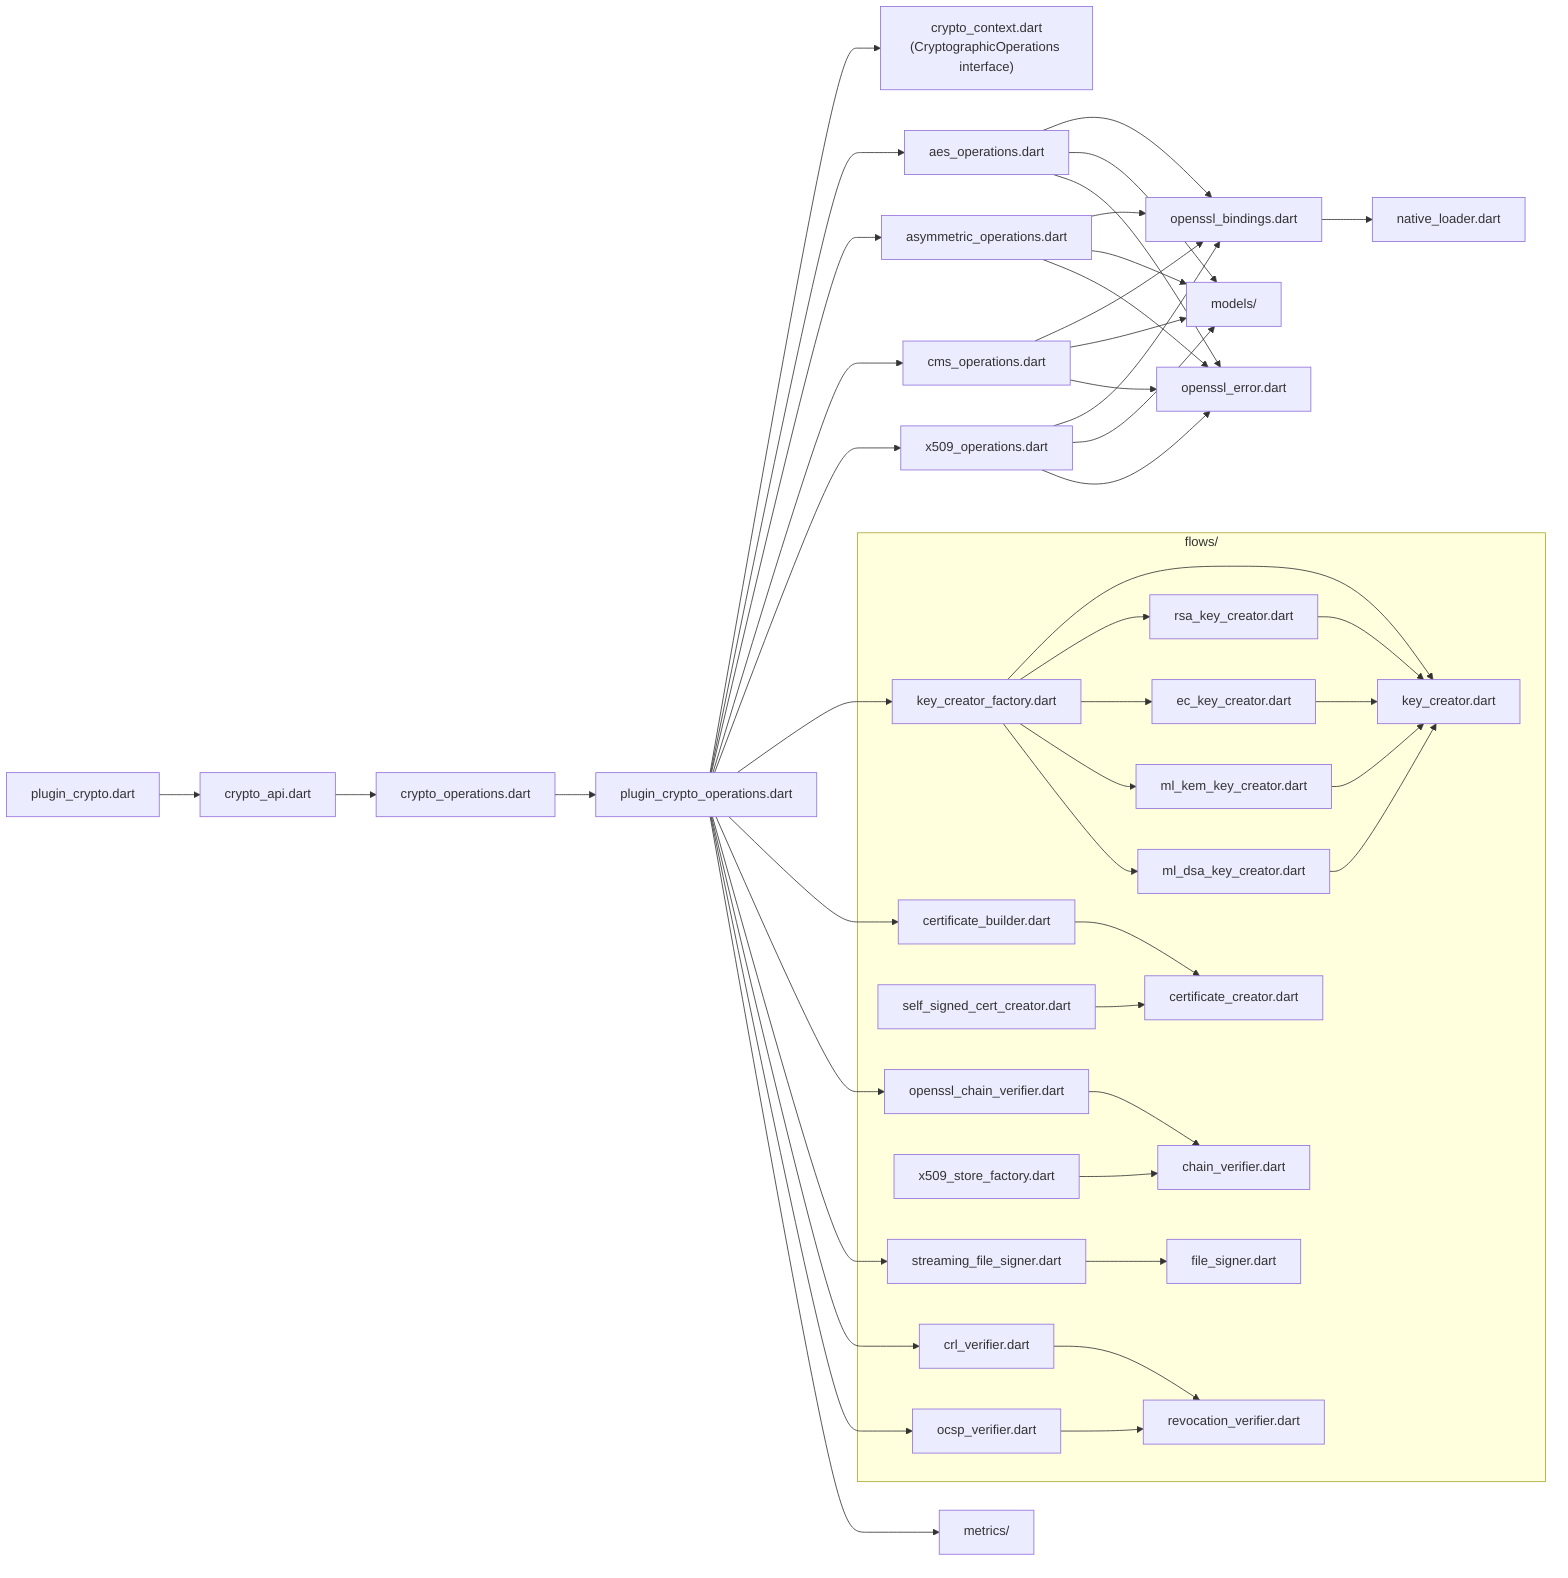
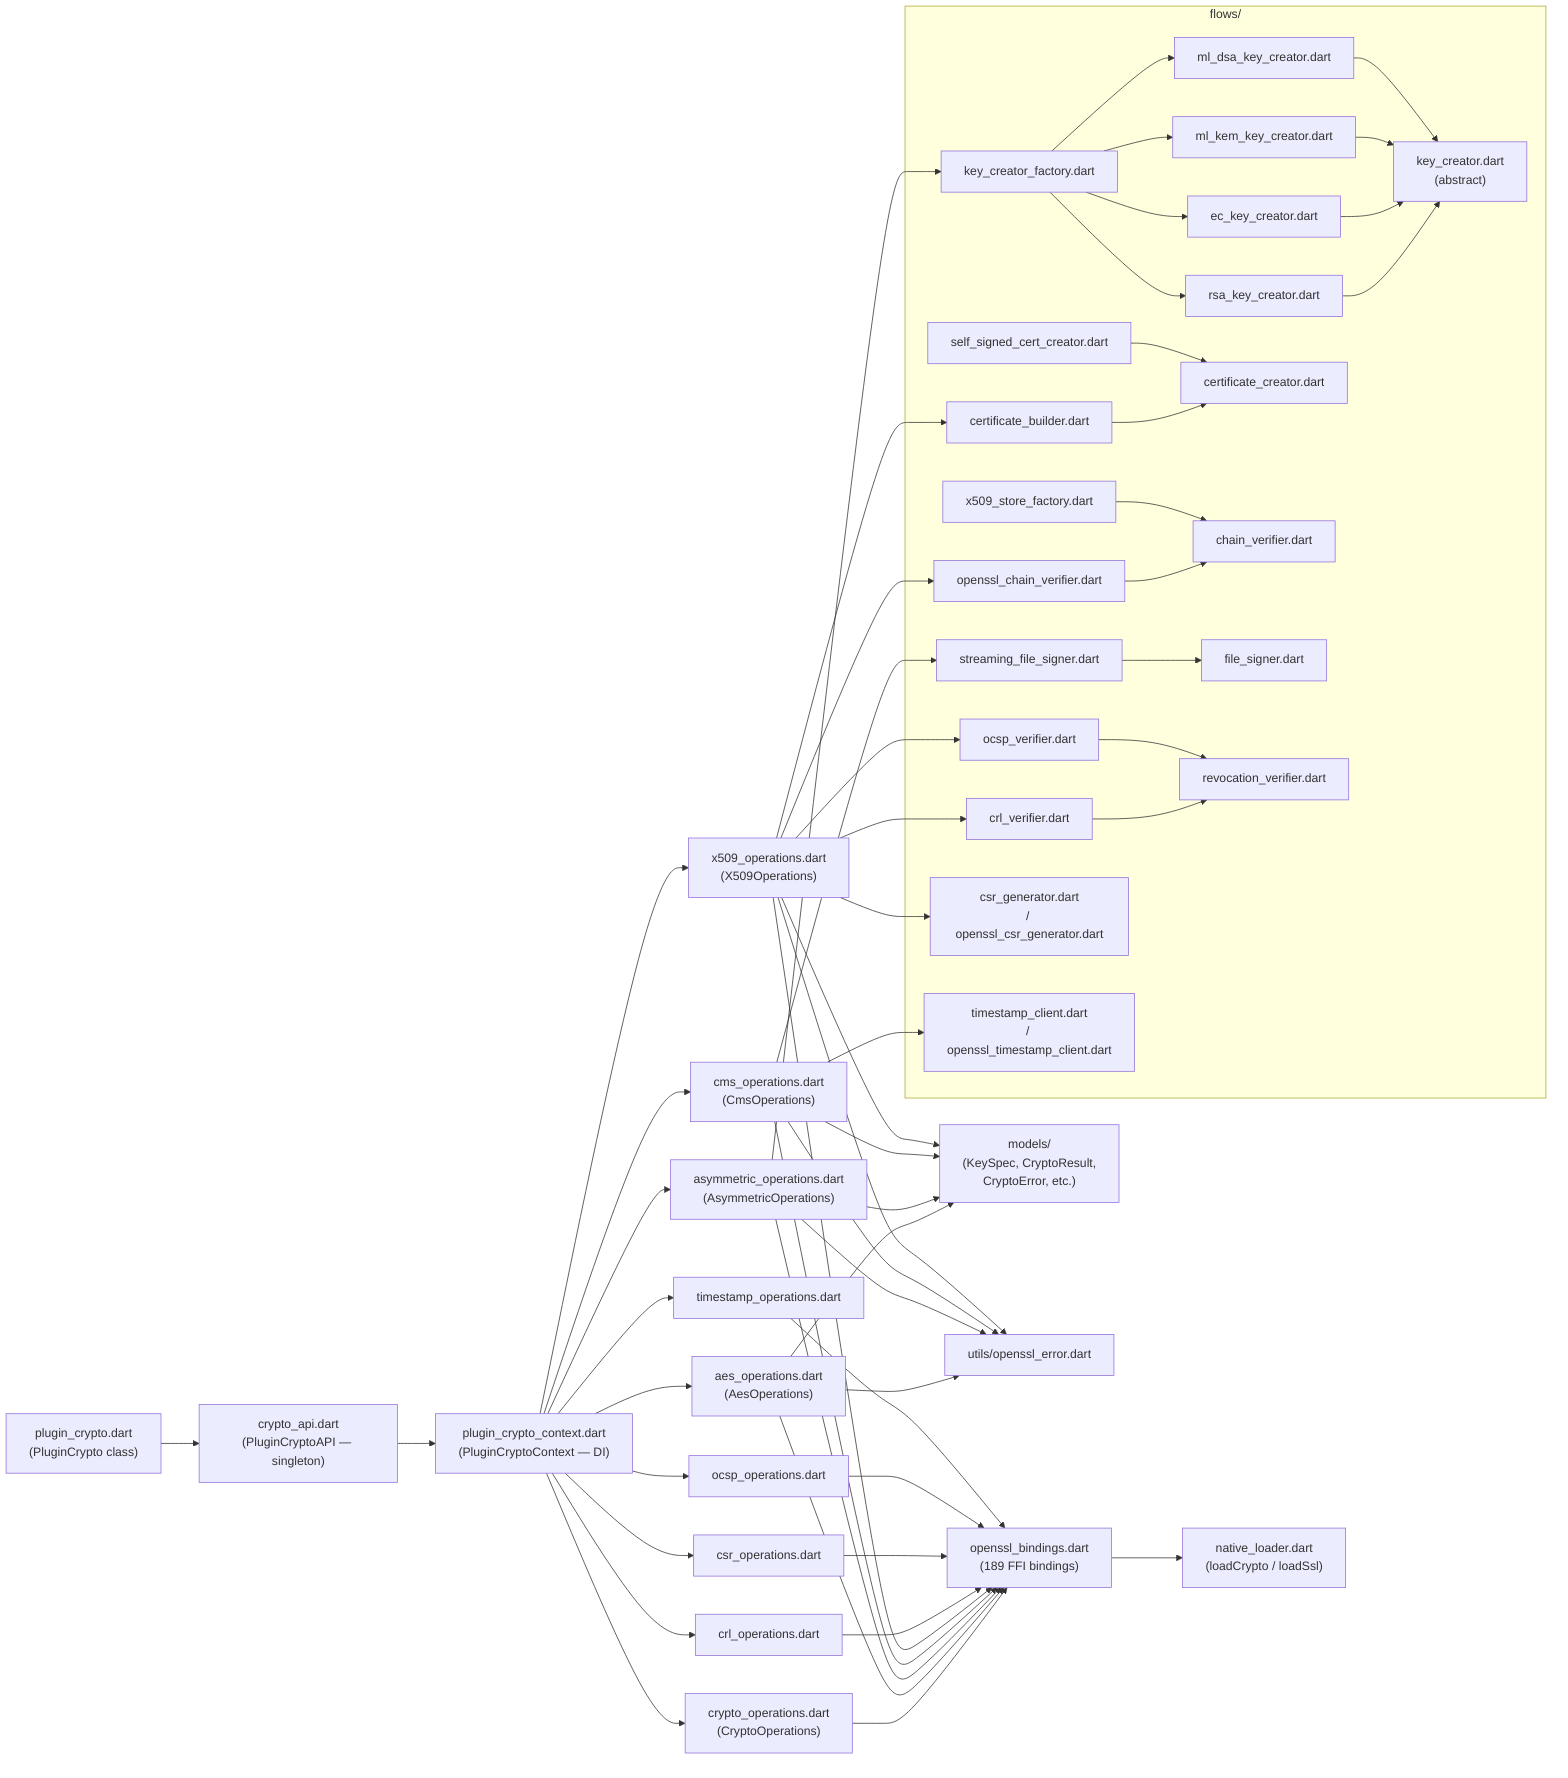
graph LR
-     API["plugin_crypto.dart"]
-     CRYPTO_API["crypto_api.dart"]
-     OPS["crypto_operations.dart"]
-     PLUGIN_OPS["plugin_crypto_operations.dart"]
-     CONTEXT["crypto_context.dart\n(CryptographicOperations interface)"]
-     AES["aes_operations.dart"]
-     ASYM["asymmetric_operations.dart"]
-     CMS["cms_operations.dart"]
-     X509["x509_operations.dart"]
-     BINDINGS["openssl_bindings.dart"]
-     LOADER["native_loader.dart"]
-     MODELS["models/"]
-     METRICS["metrics/"]
-     ERRORS["openssl_error.dart"]
+     PLUGIN["plugin_crypto.dart\n(PluginCrypto class)"]
+     API["crypto_api.dart\n(PluginCryptoAPI — singleton)"]
+     CTX["plugin_crypto_context.dart\n(PluginCryptoContext — DI)"]
+     CRYPTO["crypto_operations.dart\n(CryptoOperations)"]
+     AES["aes_operations.dart\n(AesOperations)"]
+     ASYM["asymmetric_operations.dart\n(AsymmetricOperations)"]
+     CMS["cms_operations.dart\n(CmsOperations)"]
+     X509["x509_operations.dart\n(X509Operations)"]
+     CRL["crl_operations.dart"]
+     CSR["csr_operations.dart"]
+     OCSP["ocsp_operations.dart"]
+     TS["timestamp_operations.dart"]
+     BINDINGS["openssl_bindings.dart\n(189 FFI bindings)"]
+     LOADER["native_loader.dart\n(loadCrypto / loadSsl)"]
+     MODELS["models/\n(KeySpec, CryptoResult,\nCryptoError, etc.)"]
+     ERRORS["utils/openssl_error.dart"]

    subgraph "flows/"
-         KEY_CREATOR["key_creator.dart"]
+         KEY_CREATOR["key_creator.dart\n(abstract)"]
        KEY_FACTORY["key_creator_factory.dart"]
        RSA["rsa_key_creator.dart"]
        EC["ec_key_creator.dart"]
        MLKEM["ml_kem_key_creator.dart"]
        MLDSA["ml_dsa_key_creator.dart"]
        CERT_CREATOR["certificate_creator.dart"]
        CERT_BUILDER["certificate_builder.dart"]
        SELF_SIGNED["self_signed_cert_creator.dart"]
        CHAIN_VERIFIER["chain_verifier.dart"]
        OPENSSL_CHAIN["openssl_chain_verifier.dart"]
        STORE_FACTORY["x509_store_factory.dart"]
        FILE_SIGNER["file_signer.dart"]
        STREAMING_SIGNER["streaming_file_signer.dart"]
        REV_VERIFIER["revocation_verifier.dart"]
-         CRL["crl_verifier.dart"]
-         OCSP["ocsp_verifier.dart"]
+         CRL_FLOW["crl_verifier.dart"]
+         OCSP_FLOW["ocsp_verifier.dart"]
+         CSR_FLOW["csr_generator.dart\n/ openssl_csr_generator.dart"]
+         TS_FLOW["timestamp_client.dart\n/ openssl_timestamp_client.dart"]
    end

-     API --> CRYPTO_API
-     CRYPTO_API --> OPS
-     OPS --> PLUGIN_OPS
-     PLUGIN_OPS --> CONTEXT
-     PLUGIN_OPS --> AES
-     PLUGIN_OPS --> ASYM
-     PLUGIN_OPS --> CMS
-     PLUGIN_OPS --> X509
+     PLUGIN --> API
+     API --> CTX
+     CTX --> CRYPTO
+     CTX --> AES
+     CTX --> ASYM
+     CTX --> CMS
+     CTX --> X509
+     CTX --> CRL
+     CTX --> CSR
+     CTX --> OCSP
+     CTX --> TS
+ 
+     CRYPTO --> BINDINGS
    AES --> BINDINGS
    ASYM --> BINDINGS
    CMS --> BINDINGS
    X509 --> BINDINGS
+     CRL --> BINDINGS
+     CSR --> BINDINGS
+     OCSP --> BINDINGS
+     TS --> BINDINGS
    BINDINGS --> LOADER
- 
-     KEY_FACTORY --> KEY_CREATOR
-     RSA --> KEY_CREATOR
-     EC --> KEY_CREATOR
-     MLKEM --> KEY_CREATOR
-     MLDSA --> KEY_CREATOR
-     KEY_FACTORY --> RSA
-     KEY_FACTORY --> EC
-     KEY_FACTORY --> MLKEM
-     KEY_FACTORY --> MLDSA
-     PLUGIN_OPS --> KEY_FACTORY
- 
-     CERT_BUILDER --> CERT_CREATOR
-     SELF_SIGNED --> CERT_CREATOR
-     PLUGIN_OPS --> CERT_BUILDER
- 
-     OPENSSL_CHAIN --> CHAIN_VERIFIER
-     STORE_FACTORY --> CHAIN_VERIFIER
-     PLUGIN_OPS --> OPENSSL_CHAIN
- 
-     STREAMING_SIGNER --> FILE_SIGNER
-     PLUGIN_OPS --> STREAMING_SIGNER
- 
-     CRL --> REV_VERIFIER
-     OCSP --> REV_VERIFIER
-     PLUGIN_OPS --> CRL
-     PLUGIN_OPS --> OCSP

    AES --> MODELS
    ASYM --> MODELS
    CMS --> MODELS
    X509 --> MODELS
    AES --> ERRORS
    ASYM --> ERRORS
    CMS --> ERRORS
    X509 --> ERRORS
-     PLUGIN_OPS --> METRICS+ 
+     RSA --> KEY_CREATOR
+     EC --> KEY_CREATOR
+     MLKEM --> KEY_CREATOR
+     MLDSA --> KEY_CREATOR
+     KEY_FACTORY --> RSA
+     KEY_FACTORY --> EC
+     KEY_FACTORY --> MLKEM
+     KEY_FACTORY --> MLDSA
+     ASYM --> KEY_FACTORY
+ 
+     CERT_BUILDER --> CERT_CREATOR
+     SELF_SIGNED --> CERT_CREATOR
+     X509 --> CERT_BUILDER
+ 
+     OPENSSL_CHAIN --> CHAIN_VERIFIER
+     STORE_FACTORY --> CHAIN_VERIFIER
+     X509 --> OPENSSL_CHAIN
+ 
+     STREAMING_SIGNER --> FILE_SIGNER
+     CMS --> STREAMING_SIGNER
+ 
+     CRL_FLOW --> REV_VERIFIER
+     OCSP_FLOW --> REV_VERIFIER
+     X509 --> CRL_FLOW
+     X509 --> OCSP_FLOW
+ 
+     X509 --> CSR_FLOW
+     CMS --> TS_FLOW
